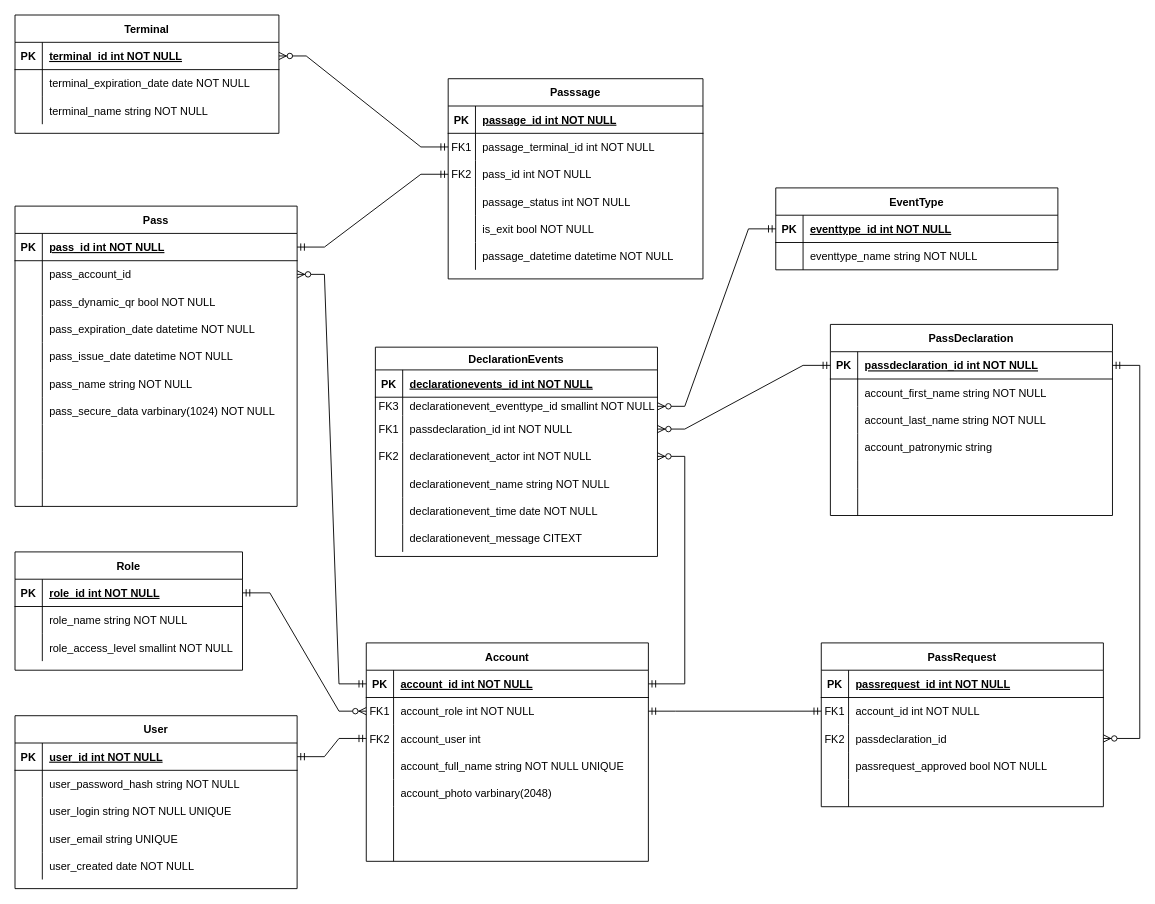
Earlier version of the draw.io diagram docs/drawio/DatalogicalDiagram.drawio (Mon-Keys/vision). Source tidied: cells renumbered, new cells numbered last; positions are measured from the earlier drawing's top-left corner, leaving out a move shared by most shapes. Both pictures are drawn from the tidied source at 91%, with x=0, y=0 at pixel (15, 15).
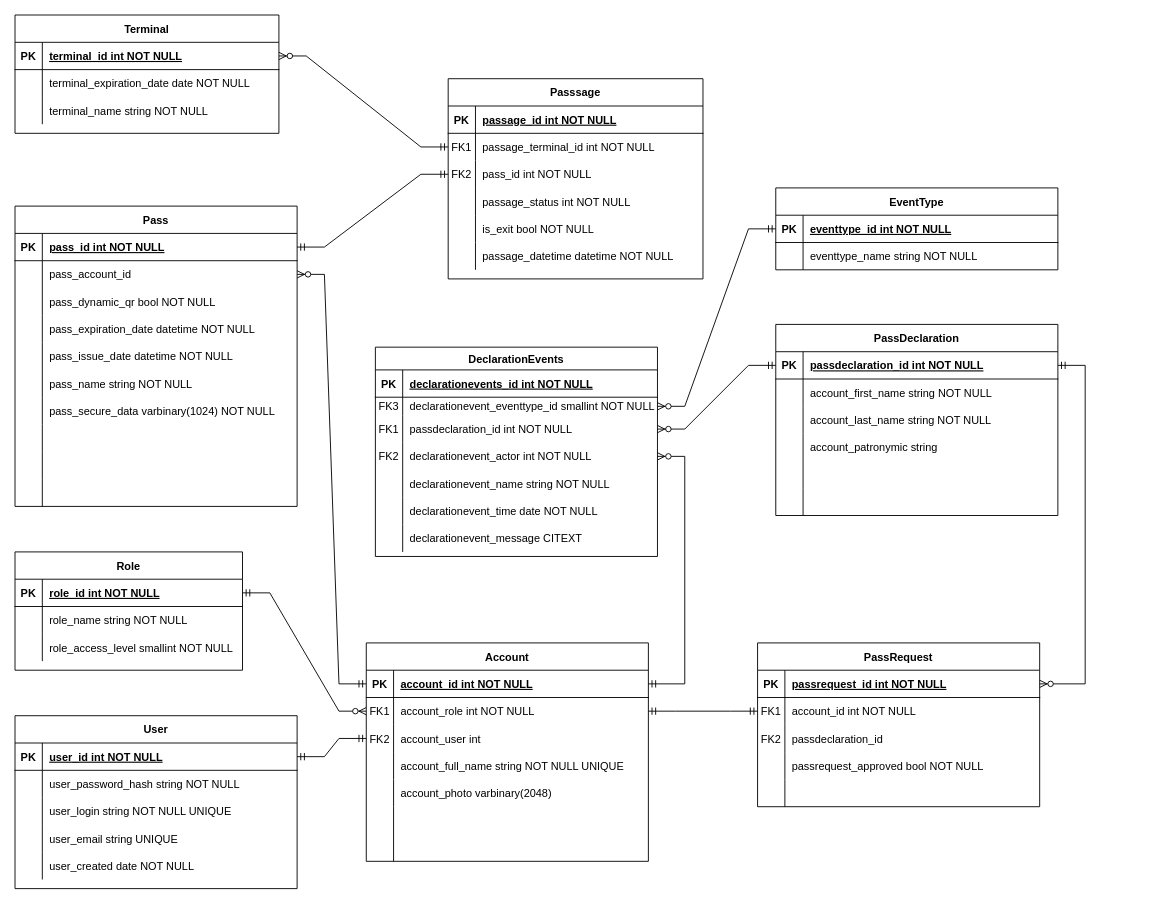
The same diagram, later.

Unchanged cells that the change refers to:
```xml
<mxCell id="114" style="shape=partialRectangle;fillColor=none;points=[[0,0.5],[1,0.5]];portConstraint=eastwest;top=0;left=0;right=0;bottom=1;" parent="113" vertex="1">
  <mxGeometry y="30" width="310" height="30" as="geometry" />
</mxCell>
<mxCell id="120" style="shape=partialRectangle;fillColor=none;points=[[0,0.5],[1,0.5]];portConstraint=eastwest;top=0;left=0;right=0;bottom=0;" parent="113" vertex="1">
  <mxGeometry y="90" width="310" height="30" as="geometry" />
</mxCell>
<mxCell id="130" style="shape=partialRectangle;fillColor=none;points=[[0,0.5],[1,0.5]];portConstraint=eastwest;top=0;left=0;right=0;bottom=1;" parent="129" vertex="1">
  <mxGeometry y="30" width="310" height="30" as="geometry" />
</mxCell>
```

The edit, as a diff of the source:
```diff
@@
     <mxCell id="113" value="PassRequest" style="shape=table;startSize=30;childLayout=tableLayout;rowLines=0;fontStyle=1;align=center;" parent="1" vertex="1">
-      <mxGeometry x="886" y="690" width="310" height="180" as="geometry" />
+      <mxGeometry x="816" y="690" width="310" height="180" as="geometry" />
     </mxCell>
@@
     <mxCell id="129" value="PassDeclaration" style="shape=table;startSize=30;childLayout=tableLayout;rowLines=0;fontStyle=1;align=center;" parent="1" vertex="1">
-      <mxGeometry x="896" y="340" width="310" height="210" as="geometry" />
+      <mxGeometry x="836" y="340" width="310" height="210" as="geometry" />
     </mxCell>
@@
-    <mxCell id="150" style="edgeStyle=entityRelationEdgeStyle;fontSize=12;html=1;endArrow=ERzeroToMany;startArrow=ERmandOne;rounded=0;entryX=1;entryY=0.5;entryDx=0;entryDy=0;" parent="1" edge="1" source="130" target="120">
+    <mxCell id="150" style="edgeStyle=entityRelationEdgeStyle;fontSize=12;html=1;endArrow=ERzeroToMany;startArrow=ERmandOne;rounded=0;entryX=1;entryY=0.5;entryDx=0;entryDy=0;" parent="1" edge="1" source="130" target="114">
       <mxGeometry relative="1" as="geometry" />
     </mxCell>
```
